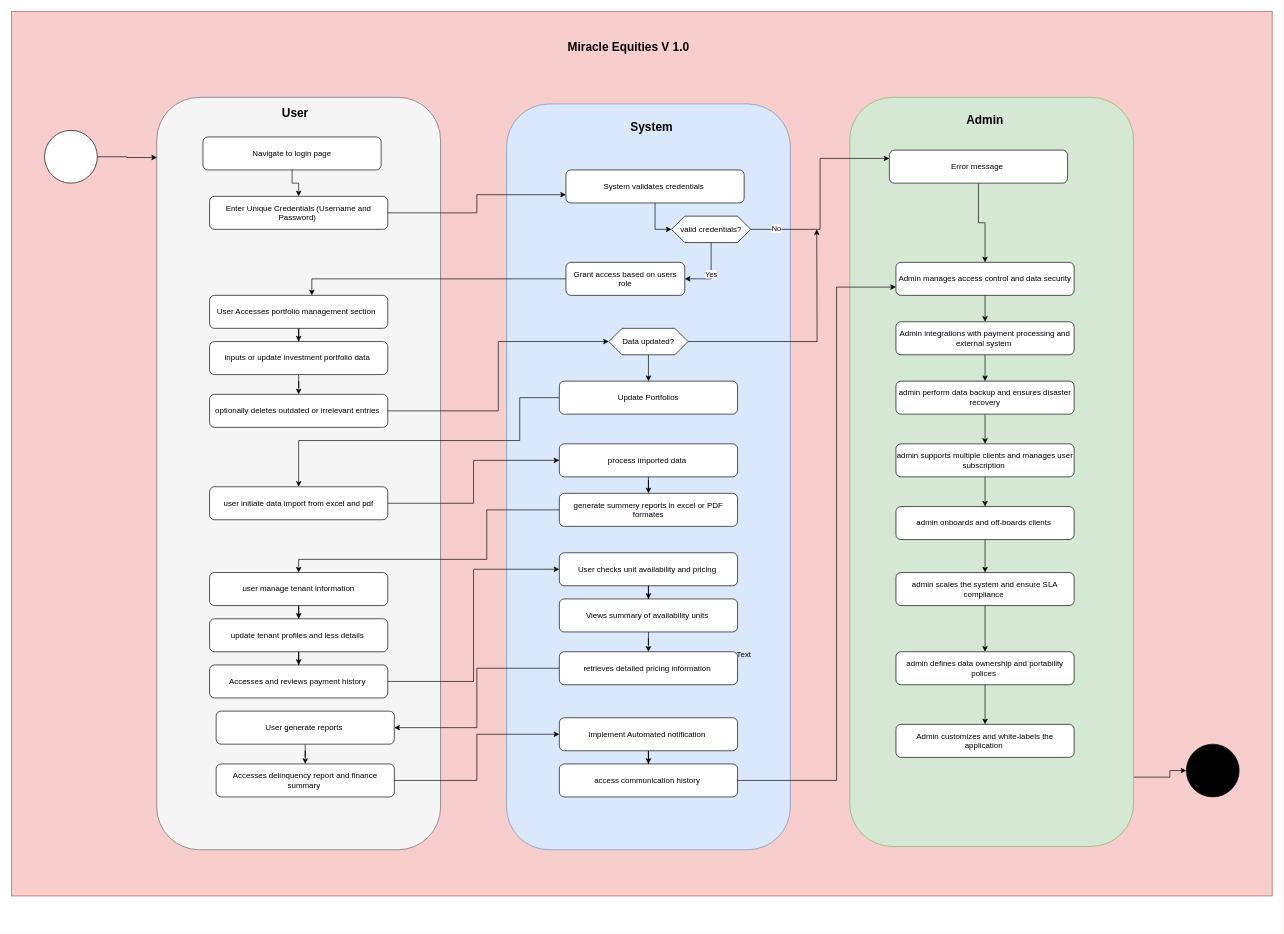
Above: Miracle Equities.drawio in 4512028/SolutionArchitectDiagrams (draw.io), before the change. Source tidied: cells renumbered, new cells numbered last; positions are measured from the earlier drawing's top-left corner, leaving out a move shared by most shapes. Both pictures are drawn from the tidied source at 66%, with x=0, y=0 at pixel (11, 11).
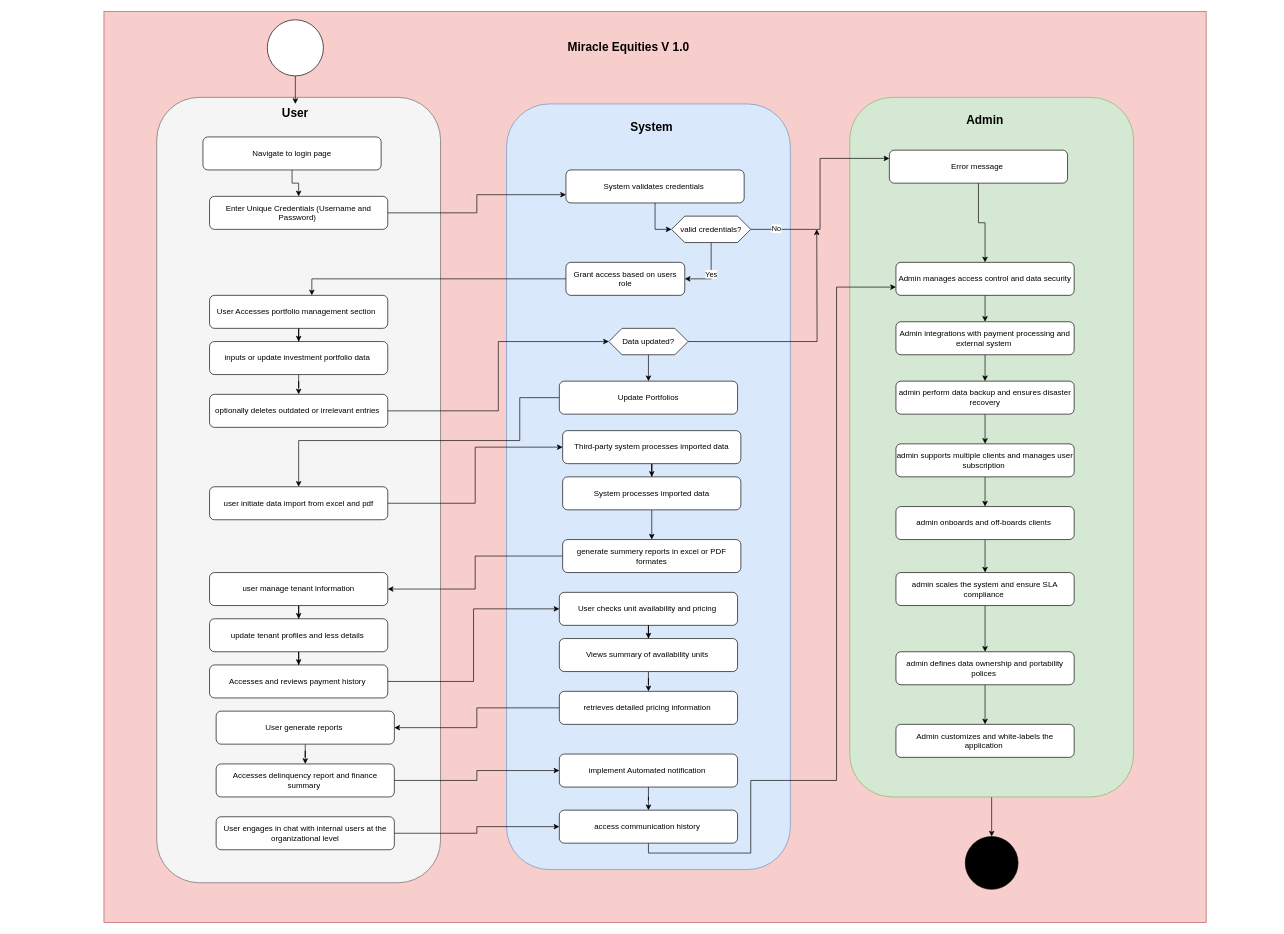
Above is the later version.

The change refers to these unchanged cells:
```xml
<mxCell id="9" value="&lt;font style=&quot;font-size: 18px;&quot;&gt;&lt;b style=&quot;&quot;&gt;User&lt;/b&gt;&lt;/font&gt;" style="text;html=1;strokeColor=none;fillColor=none;align=center;verticalAlign=middle;whiteSpace=wrap;rounded=0;" parent="1" vertex="1">
  <mxGeometry x="400" y="140" width="60" height="30" as="geometry" />
</mxCell>
<mxCell id="23" value="user manage tenant information" style="rounded=1;whiteSpace=wrap;html=1;" parent="1" vertex="1">
  <mxGeometry x="300" y="850" width="270" height="50" as="geometry" />
</mxCell>
<mxCell id="71" value="Admin manages access control and data security" style="rounded=1;whiteSpace=wrap;html=1;" parent="1" vertex="1">
  <mxGeometry x="1340" y="380" width="270" height="50" as="geometry" />
</mxCell>
```

Diff of the diagram source:
```diff
@@
     <mxCell id="2" style="rounded=0;whiteSpace=wrap;html=1;fillColor=#f8cecc;strokeColor=#b85450;" parent="1" vertex="1">
-      <mxGeometry width="1910" height="1340" as="geometry" />
+      <mxGeometry x="140" width="1670" height="1380" as="geometry" />
     </mxCell>
     <mxCell id="3" style="rounded=1;whiteSpace=wrap;html=1;fillColor=#f5f5f5;fontColor=#333333;strokeColor=#666666;" parent="1" vertex="1">
-      <mxGeometry x="220" y="130" width="430" height="1140" as="geometry" />
+      <mxGeometry x="220" y="130" width="430" height="1190" as="geometry" />
     </mxCell>
-    <mxCell id="4" style="edgeStyle=orthogonalEdgeStyle;rounded=0;jettySize=auto;html=1;entryX=0;entryY=0.5;entryDx=0;entryDy=0;" parent="1" edge="1" source="5" target="76">
-      <mxGeometry relative="1" as="geometry">
-        <Array as="points">
-          <mxPoint x="1755" y="1160" />
-          <mxPoint x="1755" y="1150" />
-        </Array>
-      </mxGeometry>
+    <mxCell id="4" style="edgeStyle=orthogonalEdgeStyle;rounded=0;jettySize=auto;html=1;" parent="1" edge="1" source="5" target="76">
+      <mxGeometry relative="1" as="geometry" />
     </mxCell>
     <mxCell id="5" style="rounded=1;whiteSpace=wrap;html=1;fillColor=#d5e8d4;strokeColor=#82b366;" parent="1" vertex="1">
-      <mxGeometry x="1270" y="130" width="430" height="1135" as="geometry" />
+      <mxGeometry x="1270" y="130" width="430" height="1060" as="geometry" />
     </mxCell>
     <mxCell id="6" style="rounded=1;whiteSpace=wrap;html=1;fillColor=#dae8fc;strokeColor=#6c8ebf;" parent="1" vertex="1">
-      <mxGeometry x="750" y="140" width="430" height="1130" as="geometry" />
+      <mxGeometry x="750" y="140" width="430" height="1160" as="geometry" />
     </mxCell>
@@
-    <mxCell id="44" style="edgeStyle=orthogonalEdgeStyle;rounded=0;jettySize=auto;html=1;" parent="1" edge="1" source="45" target="47">
-      <mxGeometry relative="1" as="geometry" />
-    </mxCell>
+    <mxCell id="81" style="edgeStyle=orthogonalEdgeStyle;rounded=0;jettySize=auto;html=1;" parent="1" edge="1" source="45" target="86">
+      <mxGeometry relative="1" as="geometry" />
+    </mxCell>
-    <mxCell id="45" value="process imported data&amp;nbsp;" style="rounded=1;whiteSpace=wrap;html=1;" parent="1" vertex="1">
-      <mxGeometry x="830" y="655" width="270" height="50" as="geometry" />
+    <mxCell id="45" value="Third-party system processes imported data" style="rounded=1;whiteSpace=wrap;html=1;" parent="1" vertex="1">
+      <mxGeometry x="835" y="635" width="270" height="50" as="geometry" />
     </mxCell>
-    <mxCell id="46" style="edgeStyle=orthogonalEdgeStyle;rounded=0;jettySize=auto;html=1;entryX=0.5;entryY=0;entryDx=0;entryDy=0;" parent="1" edge="1" source="47" target="23">
-      <mxGeometry relative="1" as="geometry">
-        <Array as="points">
-          <mxPoint x="720" y="755" />
-          <mxPoint x="720" y="830" />
-          <mxPoint x="435" y="830" />
-        </Array>
-      </mxGeometry>
+    <mxCell id="46" style="edgeStyle=orthogonalEdgeStyle;rounded=0;jettySize=auto;html=1;" parent="1" edge="1" source="47" target="23">
+      <mxGeometry relative="1" as="geometry" />
     </mxCell>
     <mxCell id="47" value="generate summery reports in excel or PDF formates" style="rounded=1;whiteSpace=wrap;html=1;" parent="1" vertex="1">
-      <mxGeometry x="830" y="730" width="270" height="50" as="geometry" />
+      <mxGeometry x="835" y="800" width="270" height="50" as="geometry" />
     </mxCell>
@@
     <mxCell id="49" value="User checks unit availability and pricing&amp;nbsp;" style="rounded=1;whiteSpace=wrap;html=1;" parent="1" vertex="1">
-      <mxGeometry x="830" y="820" width="270" height="50" as="geometry" />
+      <mxGeometry x="830" y="880" width="270" height="50" as="geometry" />
     </mxCell>
@@
     <mxCell id="51" value="Views summary of availability units&amp;nbsp;" style="rounded=1;whiteSpace=wrap;html=1;" parent="1" vertex="1">
-      <mxGeometry x="830" y="890" width="270" height="50" as="geometry" />
+      <mxGeometry x="830" y="950" width="270" height="50" as="geometry" />
     </mxCell>
@@
     <mxCell id="53" value="retrieves detailed pricing information&amp;nbsp;" style="rounded=1;whiteSpace=wrap;html=1;" parent="1" vertex="1">
-      <mxGeometry x="830" y="970" width="270" height="50" as="geometry" />
+      <mxGeometry x="830" y="1030" width="270" height="50" as="geometry" />
     </mxCell>
@@
     <mxCell id="55" value="implement Automated notification&amp;nbsp;" style="rounded=1;whiteSpace=wrap;html=1;" parent="1" vertex="1">
-      <mxGeometry x="830" y="1070" width="270" height="50" as="geometry" />
+      <mxGeometry x="830" y="1125" width="270" height="50" as="geometry" />
     </mxCell>
     <mxCell id="56" style="edgeStyle=orthogonalEdgeStyle;rounded=0;jettySize=auto;html=1;entryX=0;entryY=0.75;entryDx=0;entryDy=0;" parent="1" edge="1" source="57" target="71">
       <mxGeometry relative="1" as="geometry">
         <Array as="points">
+          <mxPoint x="1120" y="1275" />
+          <mxPoint x="1120" y="1165" />
           <mxPoint x="1250" y="1165" />
           <mxPoint x="1250" y="417" />
         </Array>
       </mxGeometry>
     </mxCell>
     <mxCell id="57" value="access communication history&amp;nbsp;" style="rounded=1;whiteSpace=wrap;html=1;" parent="1" vertex="1">
-      <mxGeometry x="830" y="1140" width="270" height="50" as="geometry" />
+      <mxGeometry x="830" y="1210" width="270" height="50" as="geometry" />
     </mxCell>
@@
     <mxCell id="76" style="ellipse;whiteSpace=wrap;html=1;fillColor=#000000;" parent="1" vertex="1">
-      <mxGeometry x="1780" y="1110" width="80" height="80" as="geometry" />
+      <mxGeometry x="1445" y="1250" width="80" height="80" as="geometry" />
     </mxCell>
+    <mxCell id="82" style="edgeStyle=orthogonalEdgeStyle;rounded=0;jettySize=auto;html=1;entryX=0.5;entryY=0;entryDx=0;entryDy=0;" parent="1" edge="1" source="77" target="9">
+      <mxGeometry relative="1" as="geometry" />
+    </mxCell>
     <mxCell id="77" style="ellipse;whiteSpace=wrap;html=1;" parent="1" vertex="1">
-      <mxGeometry x="50" y="180" width="80" height="80" as="geometry" />
+      <mxGeometry x="387.5" y="12.5" width="85" height="85" as="geometry" />
     </mxCell>
-    <mxCell id="78" style="edgeStyle=orthogonalEdgeStyle;rounded=0;jettySize=auto;html=1;entryX=0.001;entryY=0.08;entryDx=0;entryDy=0;entryPerimeter=0;" parent="1" edge="1" source="77" target="3">
-      <mxGeometry relative="1" as="geometry" />
-    </mxCell>
-    <mxCell id="79" value="Text" style="text;html=1;strokeColor=none;fillColor=none;align=center;verticalAlign=middle;whiteSpace=wrap;rounded=0;" parent="1" vertex="1">
-      <mxGeometry x="1080" y="960" width="60" height="30" as="geometry" />
-    </mxCell>
@@
+    <mxCell id="83" style="edgeStyle=orthogonalEdgeStyle;rounded=0;jettySize=auto;html=1;entryX=0;entryY=0.5;entryDx=0;entryDy=0;" parent="1" edge="1" source="84" target="57">
+      <mxGeometry relative="1" as="geometry" />
+    </mxCell>
+    <mxCell id="84" value="User engages in chat with internal users at the organizational level" style="rounded=1;whiteSpace=wrap;html=1;" parent="1" vertex="1">
+      <mxGeometry x="310" y="1220" width="270" height="50" as="geometry" />
+    </mxCell>
+    <mxCell id="85" style="edgeStyle=orthogonalEdgeStyle;rounded=0;jettySize=auto;html=1;" parent="1" edge="1" source="86" target="47">
+      <mxGeometry relative="1" as="geometry" />
+    </mxCell>
+    <mxCell id="86" value="System processes imported data" style="rounded=1;whiteSpace=wrap;html=1;" parent="1" vertex="1">
+      <mxGeometry x="835" y="705" width="270" height="50" as="geometry" />
+    </mxCell>
```
